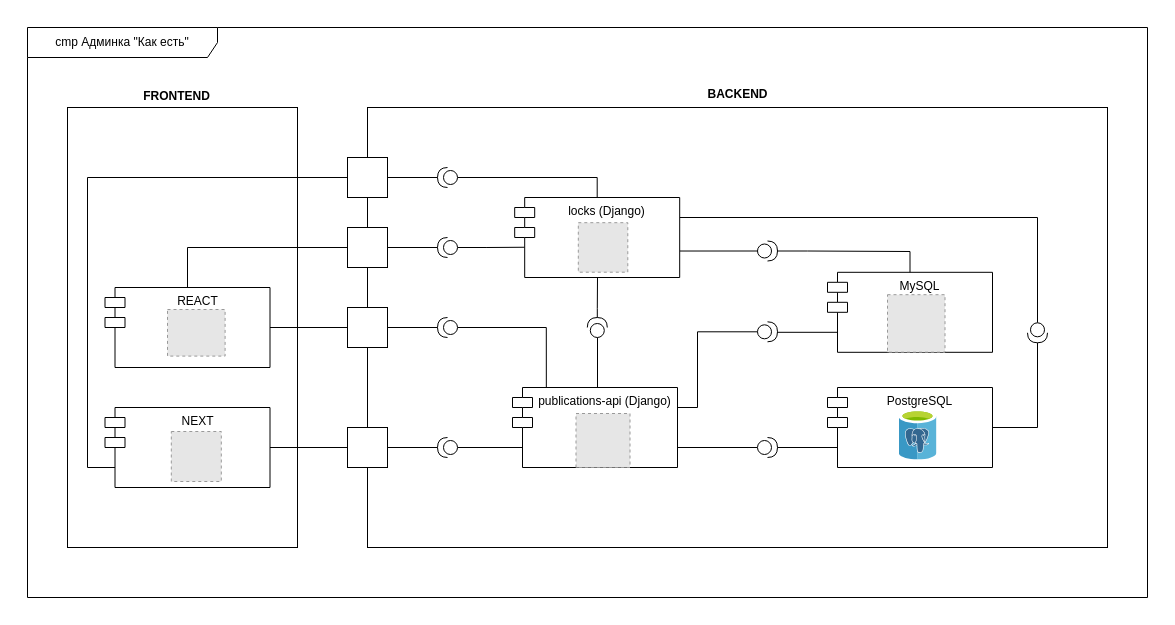
The draw.io diagram page "cmp_admin" (4 of 4) of uranews.drawio in jsob/diagrams, before the edit. Source tidied: cells renumbered, new cells numbered last; positions are measured from the earlier drawing's top-left corner, leaving out a move shared by most shapes. Both pictures are drawn from the tidied source at 100%, with x=0, y=0 at pixel (27, 27). Pictures stored in the file or linked from it are replaced by grey dashed boxes.
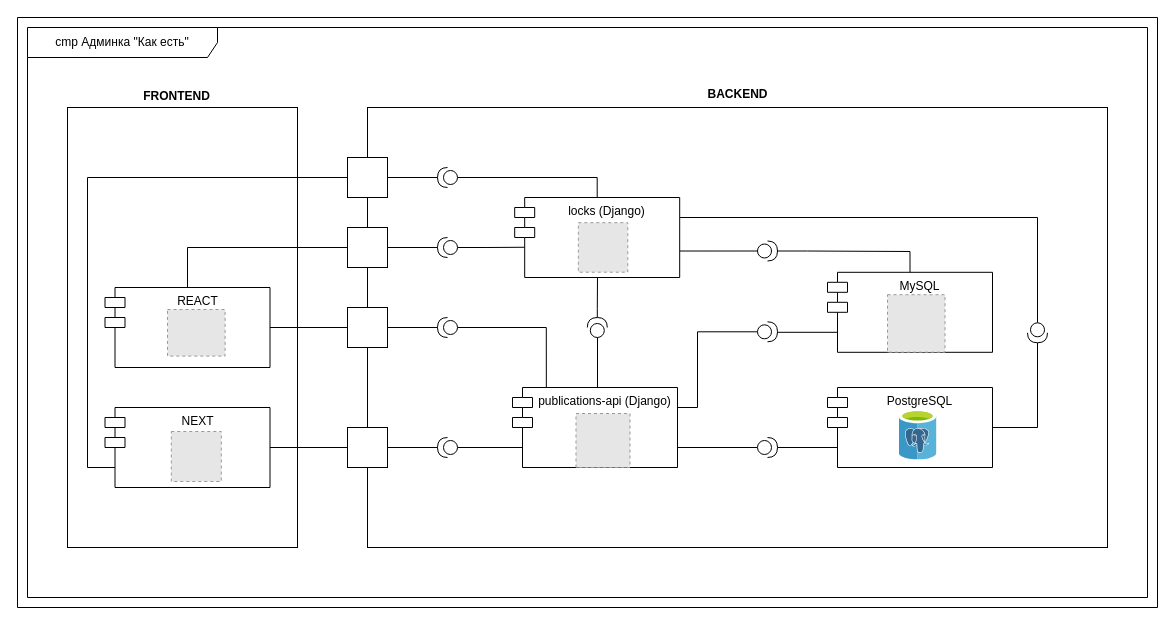
The same page after the edit.

The edit, as a diff of the source:
```diff
@@
+    <mxCell id="54" style="swimlane;startSize=0;" parent="1" vertex="1">
+      <mxGeometry x="-10" y="-10" width="1140" height="590" as="geometry" />
+    </mxCell>
```
